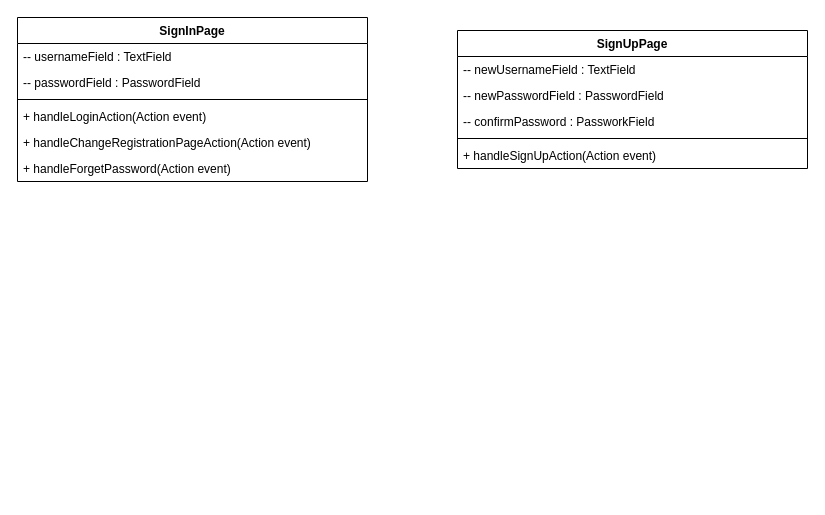
cyang2001/projectJava keeps this draw.io diagram as demo/documents/analysises/bussness process/V2.0/UI.drawio. Above is the earlier version. Source tidied: cells renumbered, new cells numbered last; positions are measured from the earlier drawing's top-left corner, leaving out a move shared by most shapes. Both pictures are drawn from the tidied source at 100%, with x=0, y=0 at pixel (17, 17).
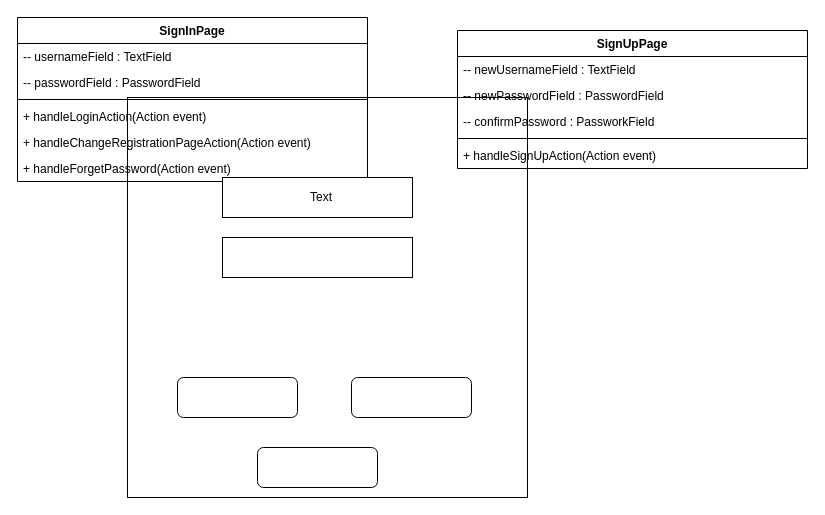
Above is the later version.

Change to the diagram source:
```diff
@@
+    <mxCell id="15" style="whiteSpace=wrap;html=1;" parent="1" vertex="1">
+      <mxGeometry x="110" y="80" width="400" height="400" as="geometry" />
+    </mxCell>
@@
+    <mxCell id="16" style="rounded=1;whiteSpace=wrap;html=1;" parent="1" vertex="1">
+      <mxGeometry x="160" y="360" width="120" height="40" as="geometry" />
+    </mxCell>
@@
+    <mxCell id="17" style="rounded=1;whiteSpace=wrap;html=1;" parent="1" vertex="1">
+      <mxGeometry x="334" y="360" width="120" height="40" as="geometry" />
+    </mxCell>
+    <mxCell id="18" style="rounded=1;whiteSpace=wrap;html=1;" parent="1" vertex="1">
+      <mxGeometry x="240" y="430" width="120" height="40" as="geometry" />
+    </mxCell>
+    <mxCell id="19" style="rounded=0;whiteSpace=wrap;html=1;" parent="1" vertex="1">
+      <mxGeometry x="205" y="160" width="190" height="40" as="geometry" />
+    </mxCell>
+    <mxCell id="20" style="rounded=0;whiteSpace=wrap;html=1;" parent="1" vertex="1">
+      <mxGeometry x="205" y="220" width="190" height="40" as="geometry" />
+    </mxCell>
+    <mxCell id="21" value="Text" style="text;html=1;strokeColor=none;fillColor=none;align=center;verticalAlign=middle;whiteSpace=wrap;rounded=0;" parent="1" vertex="1">
+      <mxGeometry x="274" y="165" width="60" height="30" as="geometry" />
+    </mxCell>
```
